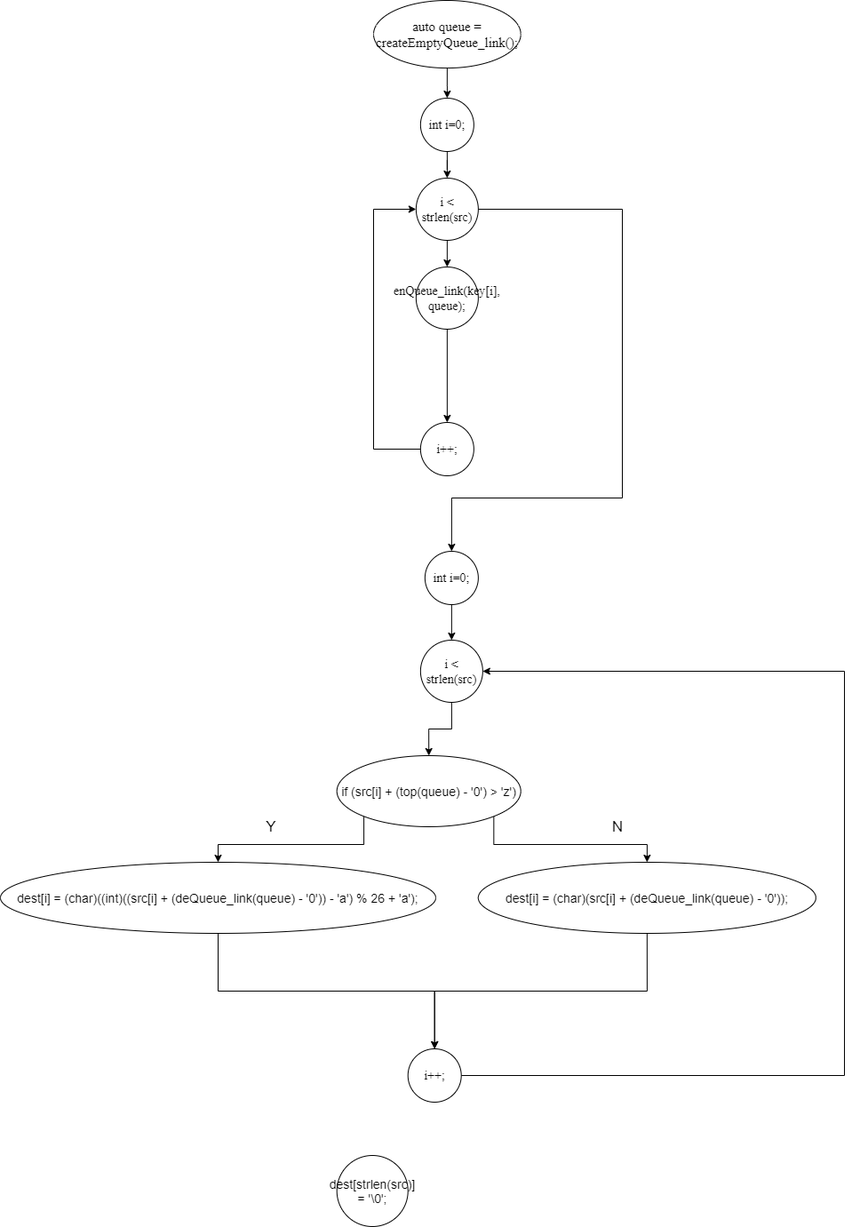
PommesPeter/draw.io_diagram keeps this draw.io diagram as CFG.png. Above is the earlier version. Source tidied: cells renumbered, new cells last; positions are measured from the earlier drawing's top-left corner, leaving out a move shared by most shapes.
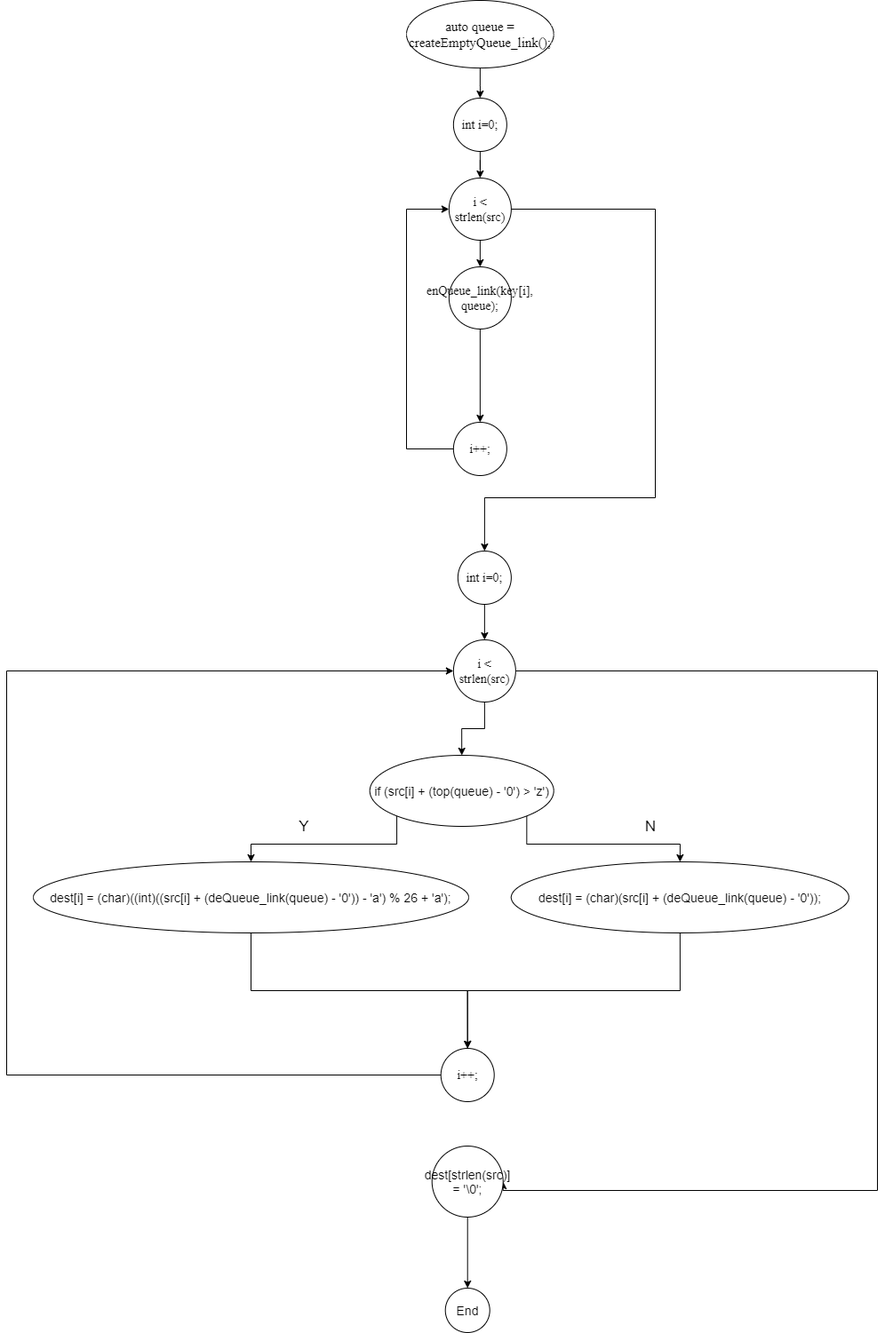
After the commit.

Diff of the diagram source:
```diff
@@ -49,6 +49,14 @@
     <mxCell id="13" style="edgeStyle=orthogonalEdgeStyle;rounded=0;jettySize=auto;html=1;entryX=0.5;entryY=0;entryDx=0;entryDy=0;" parent="1" edge="1" source="14" target="19">
       <mxGeometry relative="1" as="geometry" />
     </mxCell>
+    <mxCell id="29" style="edgeStyle=orthogonalEdgeStyle;rounded=0;jettySize=auto;html=1;entryX=1;entryY=0.5;entryDx=0;entryDy=0;" parent="1" edge="1" source="14" target="26">
+      <mxGeometry relative="1" as="geometry">
+        <Array as="points">
+          <mxPoint x="950" y="755" />
+          <mxPoint x="950" y="1340" />
+        </Array>
+      </mxGeometry>
+    </mxCell>
     <mxCell id="14" value="&lt;font face=&quot;Times New Roman&quot;&gt;i &amp;lt; strlen(src)&lt;/font&gt;" style="ellipse;whiteSpace=wrap;html=1;" parent="1" vertex="1">
       <mxGeometry x="472.9" y="720" width="70" height="70" as="geometry" />
     </mxCell>
@@ -85,19 +93,27 @@
     <mxCell id="25" value="&lt;span style=&quot;font-size: 17px&quot;&gt;N&lt;/span&gt;" style="text;html=1;strokeColor=none;fillColor=none;align=center;verticalAlign=middle;whiteSpace=wrap;rounded=0;" parent="1" vertex="1">
       <mxGeometry x="670" y="920" width="50" height="20" as="geometry" />
     </mxCell>
+    <mxCell id="30" style="edgeStyle=orthogonalEdgeStyle;rounded=0;jettySize=auto;html=1;" parent="1" edge="1" source="26">
+      <mxGeometry relative="1" as="geometry">
+        <mxPoint x="488.7" y="1450" as="targetPoint" />
+      </mxGeometry>
+    </mxCell>
     <mxCell id="26" value="dest[strlen(src)] = '\0';" style="ellipse;whiteSpace=wrap;html=1;" parent="1" vertex="1">
-      <mxGeometry x="378.7" y="1300" width="80" height="80" as="geometry" />
+      <mxGeometry x="448.7" y="1290" width="80" height="80" as="geometry" />
     </mxCell>
-    <mxCell id="27" style="edgeStyle=orthogonalEdgeStyle;rounded=0;jettySize=auto;html=1;entryX=1;entryY=0.5;entryDx=0;entryDy=0;" parent="1" edge="1" source="28" target="14">
+    <mxCell id="27" style="edgeStyle=orthogonalEdgeStyle;rounded=0;jettySize=auto;html=1;entryX=0;entryY=0.5;entryDx=0;entryDy=0;" parent="1" edge="1" source="28" target="14">
       <mxGeometry relative="1" as="geometry">
         <Array as="points">
-          <mxPoint x="950" y="1210" />
-          <mxPoint x="950" y="755" />
+          <mxPoint x="-30" y="1210" />
+          <mxPoint x="-30" y="755" />
         </Array>
       </mxGeometry>
     </mxCell>
     <mxCell id="28" value="&lt;font face=&quot;Times New Roman&quot;&gt;i++;&lt;/font&gt;" style="ellipse;whiteSpace=wrap;html=1;" parent="1" vertex="1">
       <mxGeometry x="458.7" y="1180" width="60" height="60" as="geometry" />
     </mxCell>
+    <mxCell id="31" value="End" style="ellipse;whiteSpace=wrap;html=1;" parent="1" vertex="1">
+      <mxGeometry x="463.7" y="1450" width="50" height="50" as="geometry" />
+    </mxCell>
   </root>
 </mxGraphModel>
```
